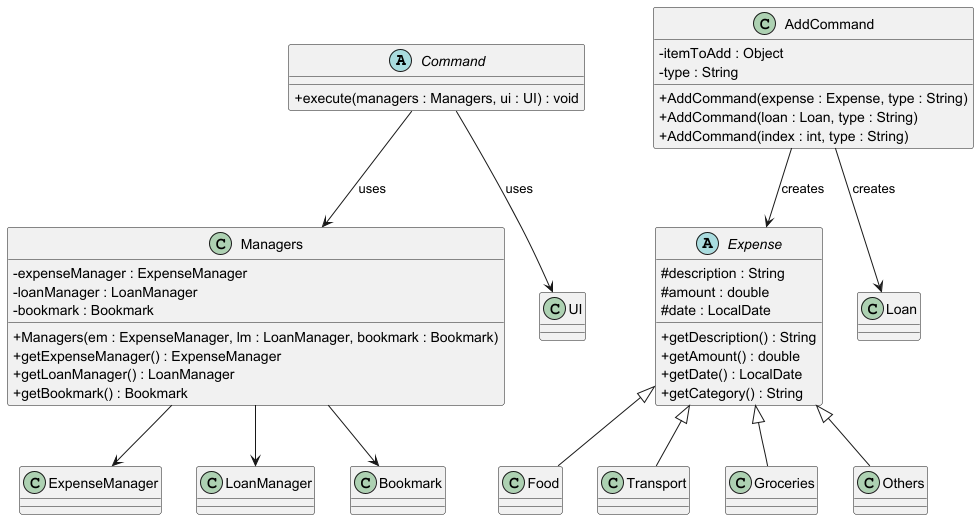
Above: docs/Diagrams/ParserDependenciesDiagram.png in KanakornMek/tp (PlantUML), before the change. The source it was exported from:
```plantuml
@startuml
skinparam classAttributeIconSize 0

abstract class Command {
    + execute(managers : Managers, ui : UI) : void
}

class Managers {
    - expenseManager : ExpenseManager
    - loanManager : LoanManager
    - bookmark : Bookmark
    + Managers(em : ExpenseManager, lm : LoanManager, bookmark : Bookmark)
    + getExpenseManager() : ExpenseManager
    + getLoanManager() : LoanManager
    + getBookmark() : Bookmark
}

class AddCommand {
    - itemToAdd : Object
    - type : String
    + AddCommand(expense : Expense, type : String)
    + AddCommand(loan : Loan, type : String)
    + AddCommand(index : int, type : String)
}

abstract class Expense {
    # description : String
    # amount : double
    # date : LocalDate
    + getDescription() : String
    + getAmount() : double
    + getDate() : LocalDate
    + getCategory() : String
}

class Food
class Transport
class Groceries
class Others

Command --> Managers : uses
Command --> UI : uses
Managers --> ExpenseManager
Managers --> LoanManager
Managers --> Bookmark

AddCommand --> Expense : creates
AddCommand --> Loan : creates

Expense <|-- Food
Expense <|-- Transport
Expense <|-- Groceries
Expense <|-- Others

@enduml
```
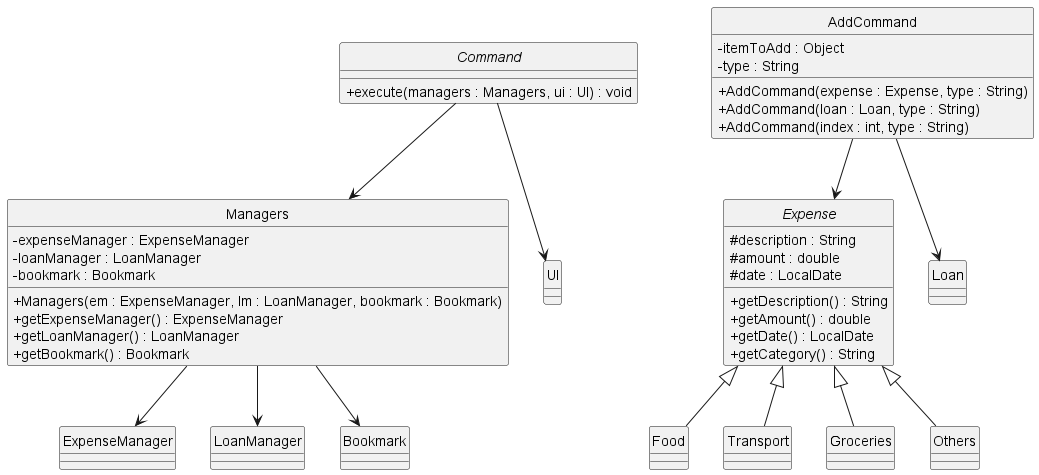
The same file after the commit.

Change to the diagram source:
```diff
@@ -1,5 +1,6 @@
 @startuml
 skinparam classAttributeIconSize 0
+hide circle
 
 abstract class Command {
     + execute(managers : Managers, ui : UI) : void
@@ -38,14 +39,19 @@
 class Groceries
 class Others
 
-Command --> Managers : uses
-Command --> UI : uses
+Command --> Managers
+
+Command --> UI
+
 Managers --> ExpenseManager
+
 Managers --> LoanManager
+
 Managers --> Bookmark
 
-AddCommand --> Expense : creates
-AddCommand --> Loan : creates
+AddCommand --> Expense
+
+AddCommand --> Loan
 
 Expense <|-- Food
 Expense <|-- Transport
```
